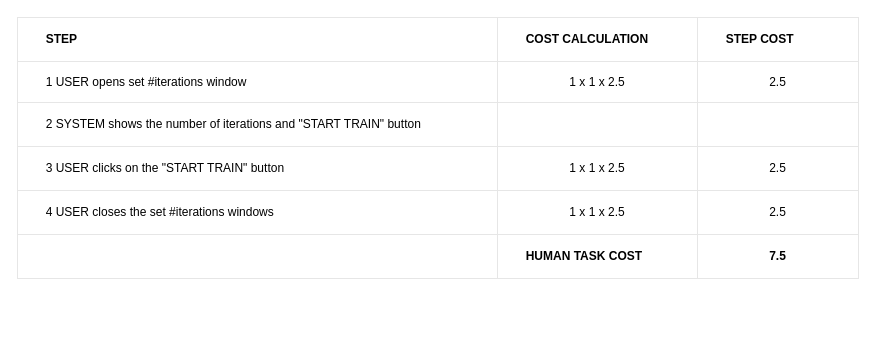
BaffoBello14/AutomaticDamagesRecognition keeps this draw.io diagram as set iteration (Bello)/set_iterations_table.drawio. Above is the earlier version. Source tidied: cells renumbered, new cells numbered last; positions are measured from the earlier drawing's top-left corner, leaving out a move shared by most shapes. Both pictures are drawn from the tidied source at 100%, with x=0, y=0 at pixel (17, 17).
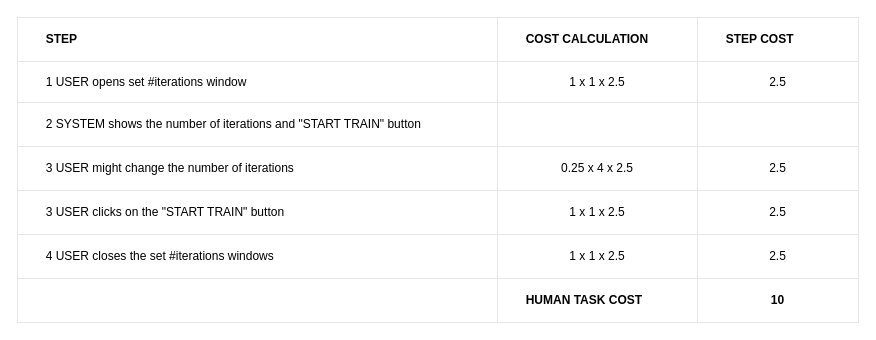
The same diagram, later.

Diff of the diagram source:
```diff
@@
     <mxCell id="2" style="childLayout=tableLayout;shadow=0;strokeColor=#E6E6E6;align=center;" parent="1" vertex="1">
-      <mxGeometry width="841" height="261" as="geometry" />
+      <mxGeometry width="841" height="305" as="geometry" />
     </mxCell>
@@
+    <mxCell id="27" style="shape=tableRow;horizontal=0;startSize=0;swimlaneHead=0;swimlaneBody=0;top=0;left=0;bottom=0;right=0;fontStyle=0;fillColor=none;strokeColor=inherit;" parent="2" vertex="1">
+      <mxGeometry y="129" width="841" height="44" as="geometry" />
+    </mxCell>
+    <mxCell id="28" value="&lt;span style=&quot;white-space: pre;&quot;&gt;&#9;&lt;/span&gt;3 USER might change the number of iterations" style="strokeColor=inherit;fillColor=none;align=left;whiteSpace=wrap;html=1;" parent="27" vertex="1">
+      <mxGeometry width="480" height="44" as="geometry" />
+    </mxCell>
+    <mxCell id="29" value="0.25 x 4 x 2.5" style="strokeColor=inherit;fillColor=none;align=center;whiteSpace=wrap;html=1;" parent="27" vertex="1">
+      <mxGeometry x="480" width="200" height="44" as="geometry" />
+    </mxCell>
+    <mxCell id="30" value="2.5" style="strokeColor=inherit;fillColor=none;align=center;whiteSpace=wrap;html=1;" parent="27" vertex="1">
+      <mxGeometry x="680" width="161" height="44" as="geometry" />
+    </mxCell>
     <mxCell id="15" style="shape=tableRow;horizontal=0;startSize=0;swimlaneHead=0;swimlaneBody=0;top=0;left=0;bottom=0;right=0;fontStyle=0;fillColor=none;strokeColor=inherit;" parent="2" vertex="1">
-      <mxGeometry y="129" width="841" height="44" as="geometry" />
+      <mxGeometry y="173" width="841" height="44" as="geometry" />
     </mxCell>
@@
     <mxCell id="19" style="shape=tableRow;horizontal=0;startSize=0;swimlaneHead=0;swimlaneBody=0;top=0;left=0;bottom=0;right=0;fontStyle=0;fillColor=none;strokeColor=inherit;" parent="2" vertex="1">
-      <mxGeometry y="173" width="841" height="44" as="geometry" />
+      <mxGeometry y="217" width="841" height="44" as="geometry" />
     </mxCell>
@@
     <mxCell id="23" style="shape=tableRow;horizontal=0;startSize=0;swimlaneHead=0;swimlaneBody=0;top=0;left=0;bottom=0;right=0;fontStyle=0;fillColor=none;strokeColor=inherit;" parent="2" vertex="1">
-      <mxGeometry y="217" width="841" height="44" as="geometry" />
+      <mxGeometry y="261" width="841" height="44" as="geometry" />
     </mxCell>
@@
-    <mxCell id="26" value="&lt;b&gt;7.5&lt;/b&gt;" style="strokeColor=inherit;fillColor=none;align=center;whiteSpace=wrap;html=1;" parent="23" vertex="1">
+    <mxCell id="26" value="&lt;b&gt;10&lt;/b&gt;" style="strokeColor=inherit;fillColor=none;align=center;whiteSpace=wrap;html=1;" parent="23" vertex="1">
       <mxGeometry x="680" width="161" height="44" as="geometry" />
     </mxCell>
```
